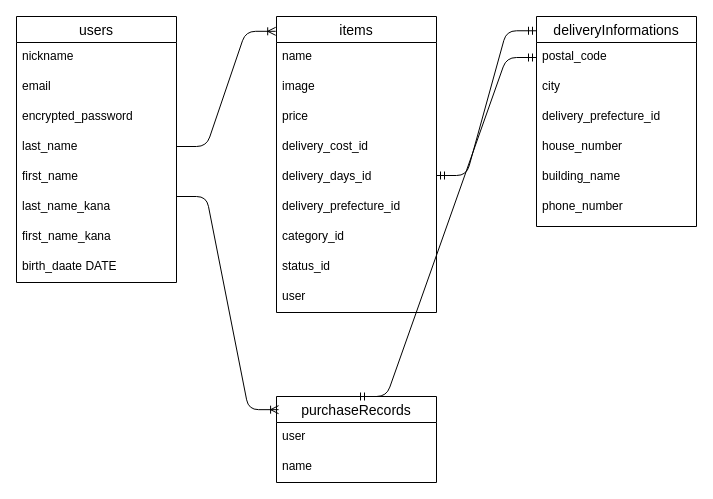
Earlier version of the draw.io diagram er.dio (Roohit2/furima-39013). Source tidied: cells renumbered, new cells numbered last; positions are measured from the earlier drawing's top-left corner, leaving out a move shared by most shapes. Both pictures are drawn from the tidied source at 100%, with x=0, y=0 at pixel (16, 16).
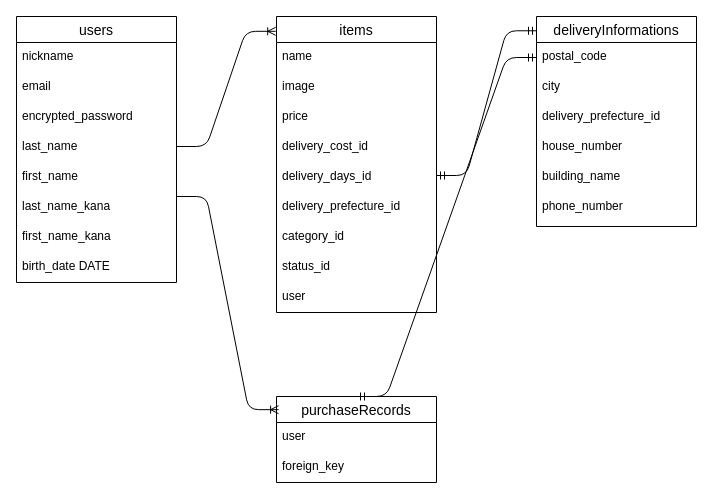
Above is the later version.

The change refers to these unchanged cells:
```xml
<mxCell id="2" value="users" style="swimlane;fontStyle=0;horizontal=1;startSize=26;align=center;fontSize=14;" parent="1" vertex="1">
  <mxGeometry width="160" height="266" as="geometry" />
</mxCell>
<mxCell id="21" value="purchaseRecords" style="swimlane;fontStyle=0;horizontal=1;startSize=26;align=center;fontSize=14;" parent="1" vertex="1">
  <mxGeometry x="260" y="380" width="160" height="86" as="geometry" />
</mxCell>
```

Change to the diagram source:
```diff
@@
-    <mxCell id="10" value="birth_daate DATE" style="text;strokeColor=none;fillColor=none;spacingLeft=4;spacingRight=4;overflow=hidden;fontSize=12;" parent="2" vertex="1">
+    <mxCell id="10" value="birth_date DATE" style="text;strokeColor=none;fillColor=none;spacingLeft=4;spacingRight=4;overflow=hidden;fontSize=12;" parent="2" vertex="1">
       <mxGeometry y="236" width="160" height="30" as="geometry" />
     </mxCell>
@@
-    <mxCell id="23" value="name" style="text;strokeColor=none;fillColor=none;spacingLeft=4;spacingRight=4;overflow=hidden;fontSize=12;" parent="21" vertex="1">
+    <mxCell id="23" value="foreign_key" style="text;strokeColor=none;fillColor=none;spacingLeft=4;spacingRight=4;overflow=hidden;fontSize=12;" parent="21" vertex="1">
       <mxGeometry y="56" width="160" height="30" as="geometry" />
     </mxCell>
```
